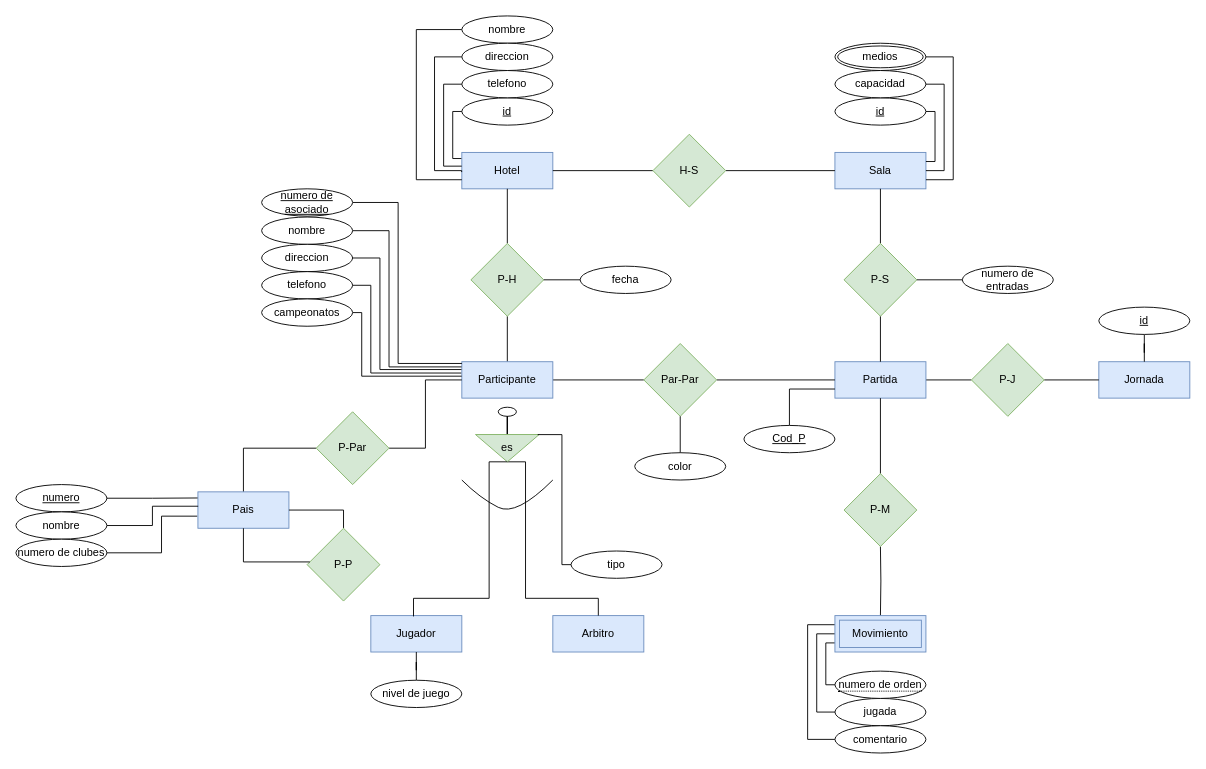
The draw.io diagram Unidad_1/Tareas/Tareas_entregables/Tarea_2/Campeonato del mundo de Ajedrez.drawio in OxideVanadium/base_de_datos, before the edit. Source tidied: cells renumbered, new cells numbered last; positions are measured from the earlier drawing's top-left corner, leaving out a move shared by most shapes. Both pictures are drawn from the tidied source at 91%, with x=0, y=0 at pixel (15, 15).
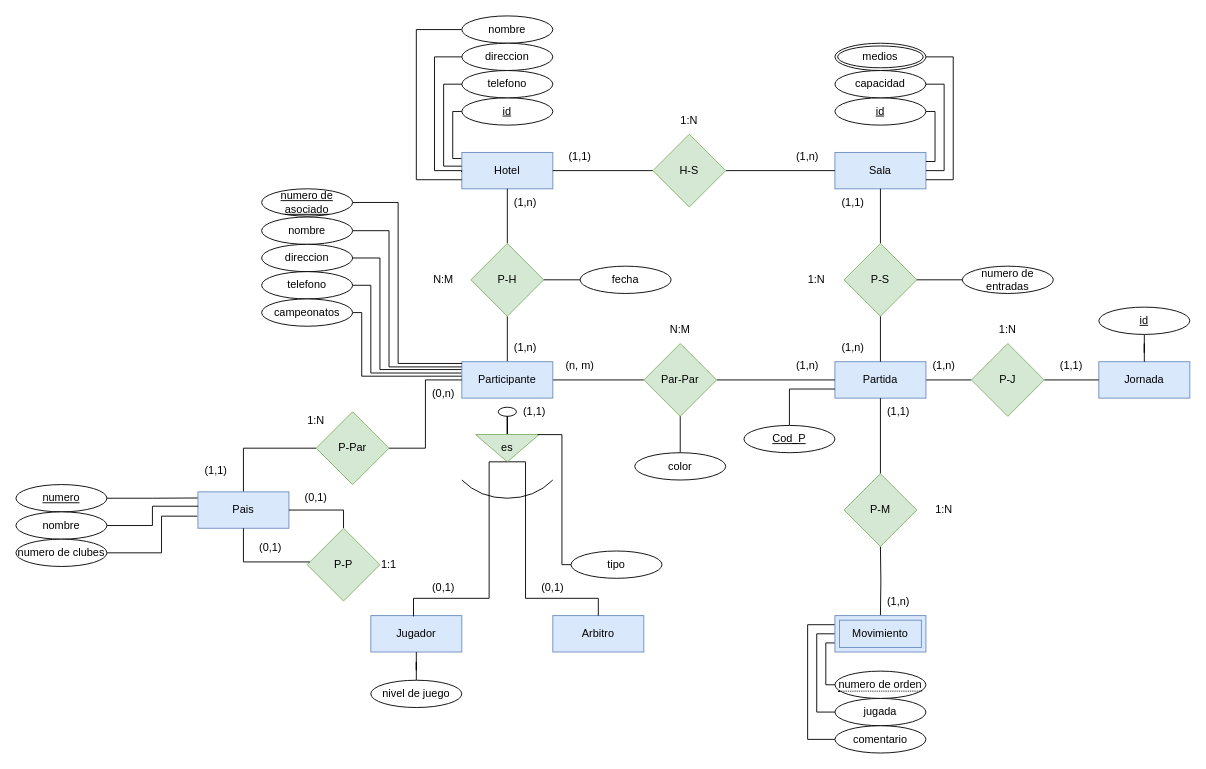
The same diagram, later.

Diff of the diagram source:
```diff
@@
     <mxCell id="19" style="curved=1;endArrow=none;html=1;rounded=0;endFill=0;" parent="1" edge="1">
       <mxGeometry relative="1" as="geometry">
         <mxPoint x="490" y="510" as="sourcePoint" />
         <mxPoint x="590" y="510" as="targetPoint" />
         <Array as="points">
           <mxPoint x="510" y="530" />
-          <mxPoint x="550" y="550" />
+          <mxPoint x="570" y="530" />
         </Array>
       </mxGeometry>
     </mxCell>
@@
+    <mxCell id="92" value="(1,1)" style="text;html=1;strokeColor=none;fillColor=none;align=center;verticalAlign=middle;whiteSpace=wrap;rounded=0;" parent="1" vertex="1">
+      <mxGeometry x="540" y="420" width="60" height="30" as="geometry" />
+    </mxCell>
+    <mxCell id="93" value="(0,1)" style="text;html=1;strokeColor=none;fillColor=none;align=center;verticalAlign=middle;whiteSpace=wrap;rounded=0;" parent="1" vertex="1">
+      <mxGeometry x="440" y="613" width="60" height="30" as="geometry" />
+    </mxCell>
+    <mxCell id="94" value="(0,1)" style="text;html=1;strokeColor=none;fillColor=none;align=center;verticalAlign=middle;whiteSpace=wrap;rounded=0;" parent="1" vertex="1">
+      <mxGeometry x="560" y="613" width="60" height="30" as="geometry" />
+    </mxCell>
+    <mxCell id="95" value="(1,1)" style="text;html=1;strokeColor=none;fillColor=none;align=center;verticalAlign=middle;whiteSpace=wrap;rounded=0;" parent="1" vertex="1">
+      <mxGeometry x="190" y="485" width="60" height="30" as="geometry" />
+    </mxCell>
+    <mxCell id="96" value="(0,n)" style="text;html=1;strokeColor=none;fillColor=none;align=center;verticalAlign=middle;whiteSpace=wrap;rounded=0;" parent="1" vertex="1">
+      <mxGeometry x="440" y="400" width="60" height="30" as="geometry" />
+    </mxCell>
+    <mxCell id="97" value="1:N" style="text;html=1;strokeColor=none;fillColor=none;align=center;verticalAlign=middle;whiteSpace=wrap;rounded=0;" parent="1" vertex="1">
+      <mxGeometry x="300" y="430" width="60" height="30" as="geometry" />
+    </mxCell>
+    <mxCell id="98" value="(1,n)" style="text;html=1;strokeColor=none;fillColor=none;align=center;verticalAlign=middle;whiteSpace=wrap;rounded=0;" parent="1" vertex="1">
+      <mxGeometry x="530" y="190" width="60" height="30" as="geometry" />
+    </mxCell>
+    <mxCell id="99" value="(1,n)" style="text;html=1;strokeColor=none;fillColor=none;align=center;verticalAlign=middle;whiteSpace=wrap;rounded=0;" parent="1" vertex="1">
+      <mxGeometry x="530" y="350" width="60" height="30" as="geometry" />
+    </mxCell>
+    <mxCell id="100" value="N:M" style="text;html=1;strokeColor=none;fillColor=none;align=center;verticalAlign=middle;whiteSpace=wrap;rounded=0;" parent="1" vertex="1">
+      <mxGeometry x="440" y="275" width="60" height="30" as="geometry" />
+    </mxCell>
+    <mxCell id="101" value="(1,1)" style="text;html=1;strokeColor=none;fillColor=none;align=center;verticalAlign=middle;whiteSpace=wrap;rounded=0;" parent="1" vertex="1">
+      <mxGeometry x="590" y="140" width="60" height="30" as="geometry" />
+    </mxCell>
+    <mxCell id="102" value="(1,n)" style="text;html=1;strokeColor=none;fillColor=none;align=center;verticalAlign=middle;whiteSpace=wrap;rounded=0;" parent="1" vertex="1">
+      <mxGeometry x="840" y="140" width="60" height="30" as="geometry" />
+    </mxCell>
+    <mxCell id="103" value="1:N" style="text;html=1;strokeColor=none;fillColor=none;align=center;verticalAlign=middle;whiteSpace=wrap;rounded=0;" parent="1" vertex="1">
+      <mxGeometry x="710" y="100" width="60" height="30" as="geometry" />
+    </mxCell>
+    <mxCell id="104" value="N:M" style="text;html=1;strokeColor=none;fillColor=none;align=center;verticalAlign=middle;whiteSpace=wrap;rounded=0;" parent="1" vertex="1">
+      <mxGeometry x="700" y="330" width="60" height="30" as="geometry" />
+    </mxCell>
+    <mxCell id="105" value="(1,n)" style="text;html=1;strokeColor=none;fillColor=none;align=center;verticalAlign=middle;whiteSpace=wrap;rounded=0;" parent="1" vertex="1">
+      <mxGeometry x="840" y="370" width="60" height="30" as="geometry" />
+    </mxCell>
+    <mxCell id="106" value="(n, m)" style="text;html=1;strokeColor=none;fillColor=none;align=center;verticalAlign=middle;whiteSpace=wrap;rounded=0;" parent="1" vertex="1">
+      <mxGeometry x="590" y="370" width="60" height="30" as="geometry" />
+    </mxCell>
+    <mxCell id="107" value="(1,1)" style="text;html=1;strokeColor=none;fillColor=none;align=center;verticalAlign=middle;whiteSpace=wrap;rounded=0;" parent="1" vertex="1">
+      <mxGeometry x="890" y="190" width="60" height="30" as="geometry" />
+    </mxCell>
+    <mxCell id="108" value="(1,n)" style="text;html=1;strokeColor=none;fillColor=none;align=center;verticalAlign=middle;whiteSpace=wrap;rounded=0;" parent="1" vertex="1">
+      <mxGeometry x="890" y="350" width="60" height="30" as="geometry" />
+    </mxCell>
+    <mxCell id="109" value="1:N" style="text;html=1;strokeColor=none;fillColor=none;align=center;verticalAlign=middle;whiteSpace=wrap;rounded=0;" parent="1" vertex="1">
+      <mxGeometry x="850" y="275" width="60" height="30" as="geometry" />
+    </mxCell>
+    <mxCell id="110" value="(1,n)" style="text;html=1;strokeColor=none;fillColor=none;align=center;verticalAlign=middle;whiteSpace=wrap;rounded=0;" parent="1" vertex="1">
+      <mxGeometry x="940" y="629" width="60" height="30" as="geometry" />
+    </mxCell>
+    <mxCell id="111" value="(1,1)" style="text;html=1;strokeColor=none;fillColor=none;align=center;verticalAlign=middle;whiteSpace=wrap;rounded=0;" parent="1" vertex="1">
+      <mxGeometry x="940" y="420" width="60" height="30" as="geometry" />
+    </mxCell>
+    <mxCell id="112" value="1:N" style="text;html=1;strokeColor=none;fillColor=none;align=center;verticalAlign=middle;whiteSpace=wrap;rounded=0;" parent="1" vertex="1">
+      <mxGeometry x="990" y="528" width="60" height="30" as="geometry" />
+    </mxCell>
+    <mxCell id="113" value="(1,1)" style="text;html=1;strokeColor=none;fillColor=none;align=center;verticalAlign=middle;whiteSpace=wrap;rounded=0;" parent="1" vertex="1">
+      <mxGeometry x="1130" y="370" width="60" height="30" as="geometry" />
+    </mxCell>
+    <mxCell id="114" value="(1,n)" style="text;html=1;strokeColor=none;fillColor=none;align=center;verticalAlign=middle;whiteSpace=wrap;rounded=0;" parent="1" vertex="1">
+      <mxGeometry x="990" y="370" width="60" height="30" as="geometry" />
+    </mxCell>
+    <mxCell id="115" value="1:N" style="text;html=1;strokeColor=none;fillColor=none;align=center;verticalAlign=middle;whiteSpace=wrap;rounded=0;" parent="1" vertex="1">
+      <mxGeometry x="1060" y="330" width="60" height="30" as="geometry" />
+    </mxCell>
+    <mxCell id="116" value="(0,1)" style="text;html=1;strokeColor=none;fillColor=none;align=center;verticalAlign=middle;whiteSpace=wrap;rounded=0;" parent="1" vertex="1">
+      <mxGeometry x="300" y="515" width="60" height="30" as="geometry" />
+    </mxCell>
+    <mxCell id="117" value="(0,1)" style="text;html=1;strokeColor=none;fillColor=none;align=center;verticalAlign=middle;whiteSpace=wrap;rounded=0;" parent="1" vertex="1">
+      <mxGeometry x="250" y="570" width="60" height="30" as="geometry" />
+    </mxCell>
+    <mxCell id="118" value="1:1" style="text;html=1;strokeColor=none;fillColor=none;align=center;verticalAlign=middle;whiteSpace=wrap;rounded=0;" parent="1" vertex="1">
+      <mxGeometry x="380" y="588" width="60" height="30" as="geometry" />
+    </mxCell>
```
